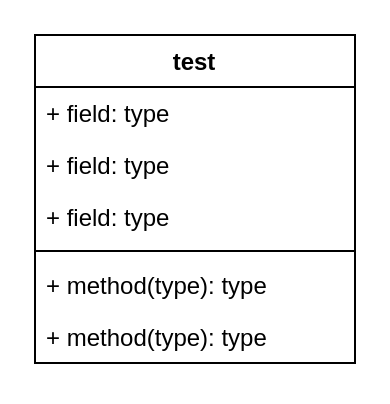
This is worldModel.drawio from csgeneral/uml-cssyj, a draw.io file, before an edit. Source tidied: cells renumbered, new cells numbered last; positions are measured from the earlier drawing's top-left corner, leaving out a move shared by most shapes. Both pictures are drawn from the tidied source at 200%, with x=0, y=0 at pixel (34, 34).
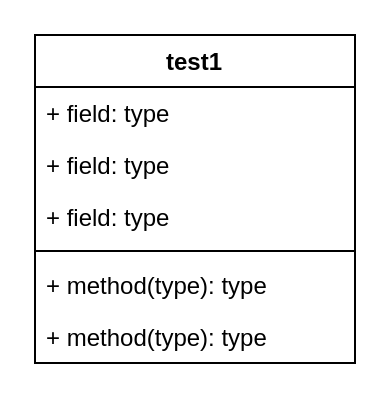
The same page after the edit.

What changed in the source:
```diff
@@
 <mxGraphModel>
   <root>
     <mxCell id="0" />
     <mxCell id="1" parent="0" />
-    <mxCell id="2" value="test" style="swimlane;fontStyle=1;align=center;verticalAlign=top;horizontal=1;startSize=26;whiteSpace=wrap;html=1;" parent="1" vertex="1">
+    <mxCell id="2" value="test1" style="swimlane;fontStyle=1;align=center;verticalAlign=top;horizontal=1;startSize=26;whiteSpace=wrap;html=1;" parent="1" vertex="1">
       <mxGeometry width="160" height="164" as="geometry" />
     </mxCell>
     <mxCell id="3" value="+ field: type" style="text;strokeColor=none;fillColor=none;align=left;verticalAlign=top;spacingLeft=4;spacingRight=4;overflow=hidden;whiteSpace=wrap;html=1;" parent="2" vertex="1">
       <mxGeometry y="26" width="160" height="26" as="geometry" />
     </mxCell>
     <mxCell id="4" value="+ field: type" style="text;strokeColor=none;fillColor=none;align=left;verticalAlign=top;spacingLeft=4;spacingRight=4;overflow=hidden;whiteSpace=wrap;html=1;" parent="2" vertex="1">
       <mxGeometry y="52" width="160" height="26" as="geometry" />
     </mxCell>
     <mxCell id="5" value="+ field: type" style="text;strokeColor=none;fillColor=none;align=left;verticalAlign=top;spacingLeft=4;spacingRight=4;overflow=hidden;whiteSpace=wrap;html=1;" parent="2" vertex="1">
       <mxGeometry y="78" width="160" height="26" as="geometry" />
     </mxCell>
     <mxCell id="6" style="line;strokeWidth=1;fillColor=none;align=left;verticalAlign=middle;spacingTop=-1;spacingLeft=3;spacingRight=3;labelPosition=right;strokeColor=inherit;" parent="2" vertex="1">
       <mxGeometry y="104" width="160" height="8" as="geometry" />
     </mxCell>
     <mxCell id="7" value="+ method(type): type" style="text;strokeColor=none;fillColor=none;align=left;verticalAlign=top;spacingLeft=4;spacingRight=4;overflow=hidden;whiteSpace=wrap;html=1;" parent="2" vertex="1">
       <mxGeometry y="112" width="160" height="26" as="geometry" />
     </mxCell>
     <mxCell id="8" value="+ method(type): type" style="text;strokeColor=none;fillColor=none;align=left;verticalAlign=top;spacingLeft=4;spacingRight=4;overflow=hidden;whiteSpace=wrap;html=1;" parent="2" vertex="1">
       <mxGeometry y="138" width="160" height="26" as="geometry" />
     </mxCell>
   </root>
 </mxGraphModel>
```
